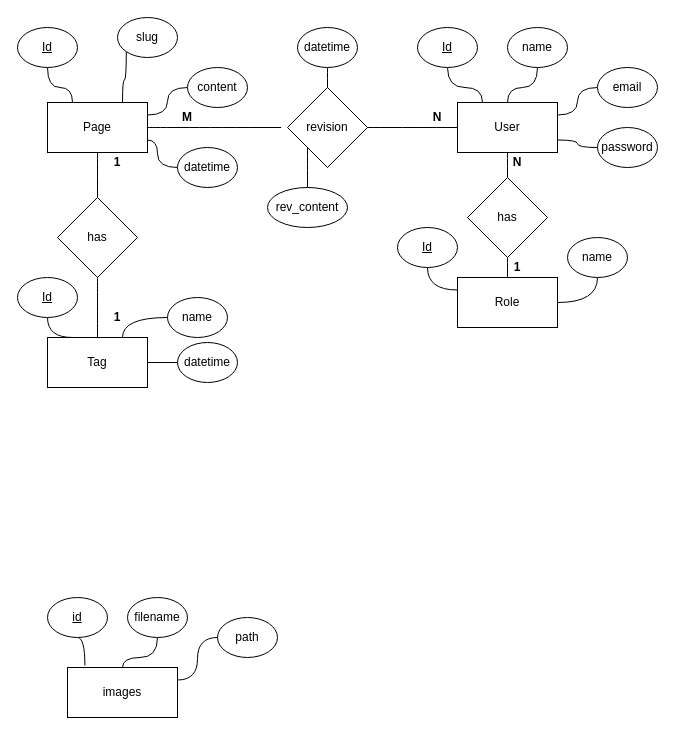
Earlier version of the draw.io diagram Untitled Diagram.drawio (vaighir/-CMS-WIKI-FI9E). Source tidied: cells renumbered, new cells numbered last; positions are measured from the earlier drawing's top-left corner, leaving out a move shared by most shapes. Both pictures are drawn from the tidied source at 100%, with x=0, y=0 at pixel (17, 17).
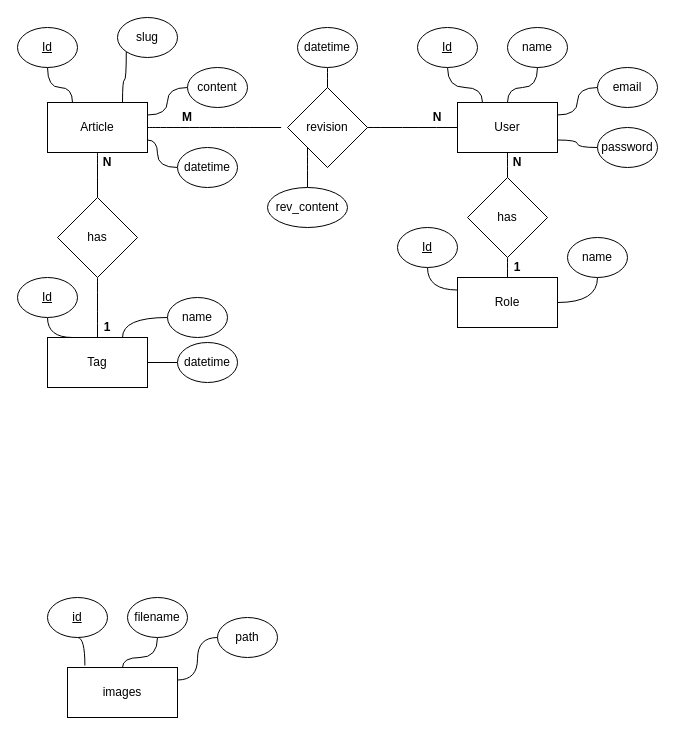
The same page after the edit.

Change to the diagram source:
```diff
@@
-    <mxCell id="7" value="Page" style="rounded=0;whiteSpace=wrap;html=1;" parent="1" vertex="1">
+    <mxCell id="7" value="Article" style="rounded=0;whiteSpace=wrap;html=1;" parent="1" vertex="1">
       <mxGeometry x="30" y="85" width="100" height="50" as="geometry" />
     </mxCell>
@@
-    <mxCell id="56" value="&lt;b&gt;1&lt;br&gt;&lt;/b&gt;" style="text;html=1;strokeColor=none;fillColor=none;align=center;verticalAlign=middle;whiteSpace=wrap;rounded=0;" parent="1" vertex="1">
-      <mxGeometry x="80" y="135" width="40" height="20" as="geometry" />
+    <mxCell id="56" value="&lt;b&gt;N&lt;br&gt;&lt;/b&gt;" style="text;html=1;strokeColor=none;fillColor=none;align=center;verticalAlign=middle;whiteSpace=wrap;rounded=0;" parent="1" vertex="1">
+      <mxGeometry x="70" y="135" width="40" height="20" as="geometry" />
     </mxCell>
     <mxCell id="57" value="&lt;b&gt;1&lt;/b&gt;" style="text;html=1;strokeColor=none;fillColor=none;align=center;verticalAlign=middle;whiteSpace=wrap;rounded=0;" parent="1" vertex="1">
-      <mxGeometry x="80" y="290" width="40" height="20" as="geometry" />
+      <mxGeometry x="70" y="300" width="40" height="20" as="geometry" />
     </mxCell>
```
